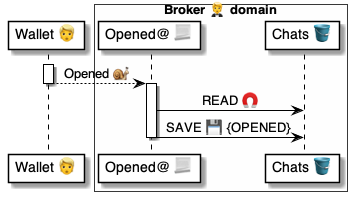
Before: 4 ⚙️ Solution/20 🧑‍🦰 UI/Brokers 🤵/🤵🅰️ Broker methods/Chats 💬 Opened 🧑‍🦰🐌🤵/🤵 Opened ⚙️ uml.png, a diagram exported from PlantUML (pollyweb-org/pollyweb-docs). Its source is kept beside it as 4 ⚙️ Solution/20 🧑‍🦰 UI/Brokers 🤵/🤵🅰️ Broker methods/Chats 💬 Opened 🧑‍🦰🐌🤵/🤵 Opened ⚙️ uml.puml. Its diagram source:
```plantuml
@startuml Opened@Broker

participant "Wallet 👱" as wallet

box "Broker 🤵 domain"  #FFFFFA
    participant "Opened@ 📃" as broker
    participant "Chats 🪣" as chats
end box




activate wallet
    wallet --> broker : Opened 🐌
deactivate wallet

activate broker
    broker -> chats: READ 🧲
    broker -> chats: SAVE 💾 {OPENED}
deactivate broker

@enduml
```
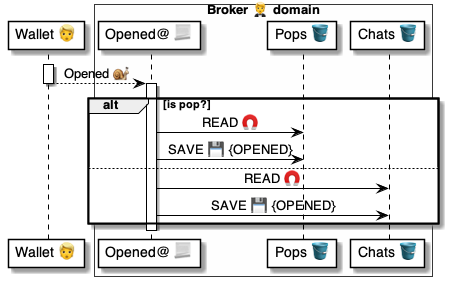
The same diagram one commit later.

Change to the diagram source:
```diff
@@ -4,10 +4,9 @@
 
 box "Broker 🤵 domain"  #FFFFFA
     participant "Opened@ 📃" as broker
+    participant "Pops 🪣" as pops
     participant "Chats 🪣" as chats
 end box
-
-
 
 
 activate wallet
@@ -15,8 +14,13 @@
 deactivate wallet
 
 activate broker
-    broker -> chats: READ 🧲
-    broker -> chats: SAVE 💾 {OPENED}
+    alt is pop?
+        broker -> pops: READ 🧲
+        broker -> pops: SAVE 💾 {OPENED}
+    else
+        broker -> chats: READ 🧲
+        broker -> chats: SAVE 💾 {OPENED}
+    end
 deactivate broker
 
 @enduml
```
